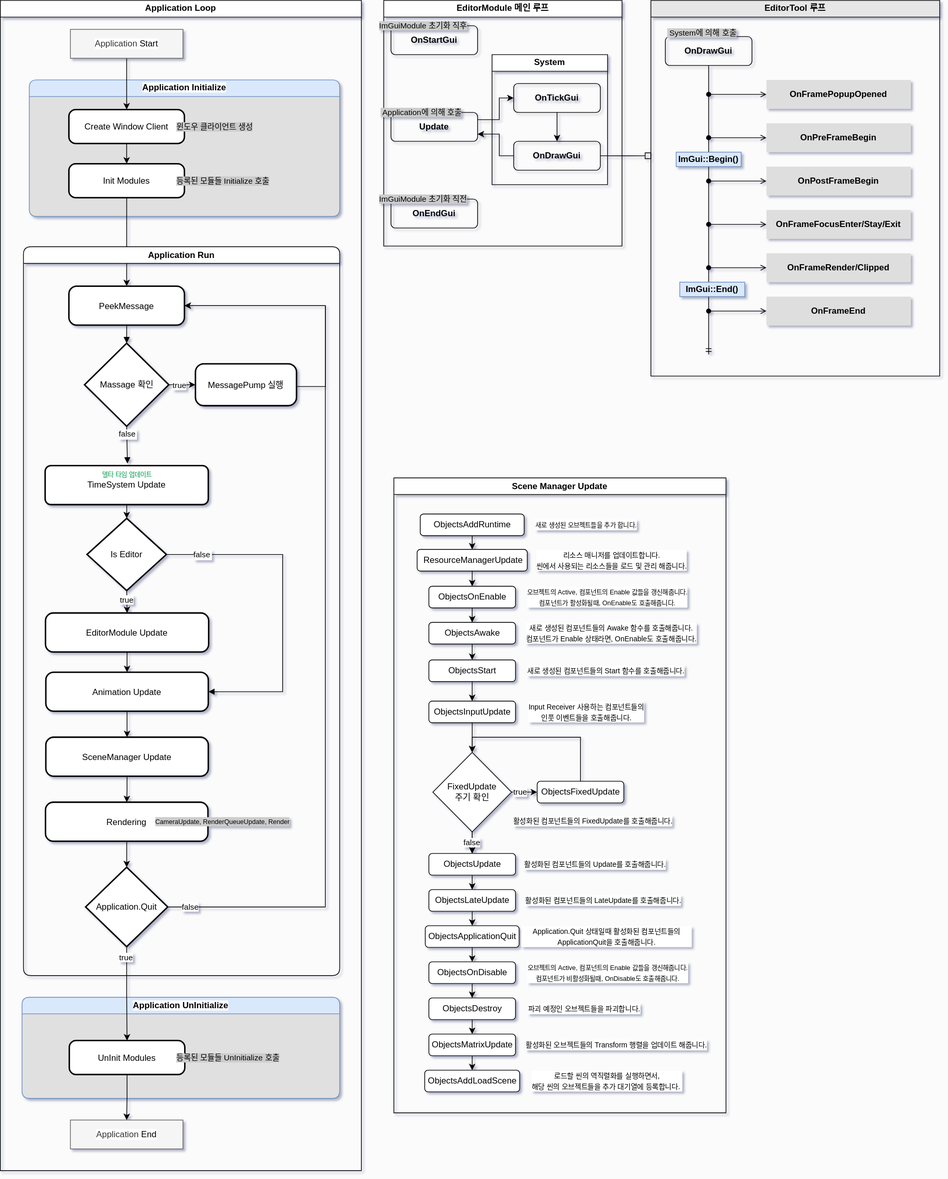
Before: Diagram/GameEngineFlowChart.drawio.svg, a diagram exported from draw.io (Scarecrow37/VanishingGround). Source tidied: cells renumbered, new cells last; positions are measured from the earlier drawing's top-left corner, leaving out a move shared by most shapes.
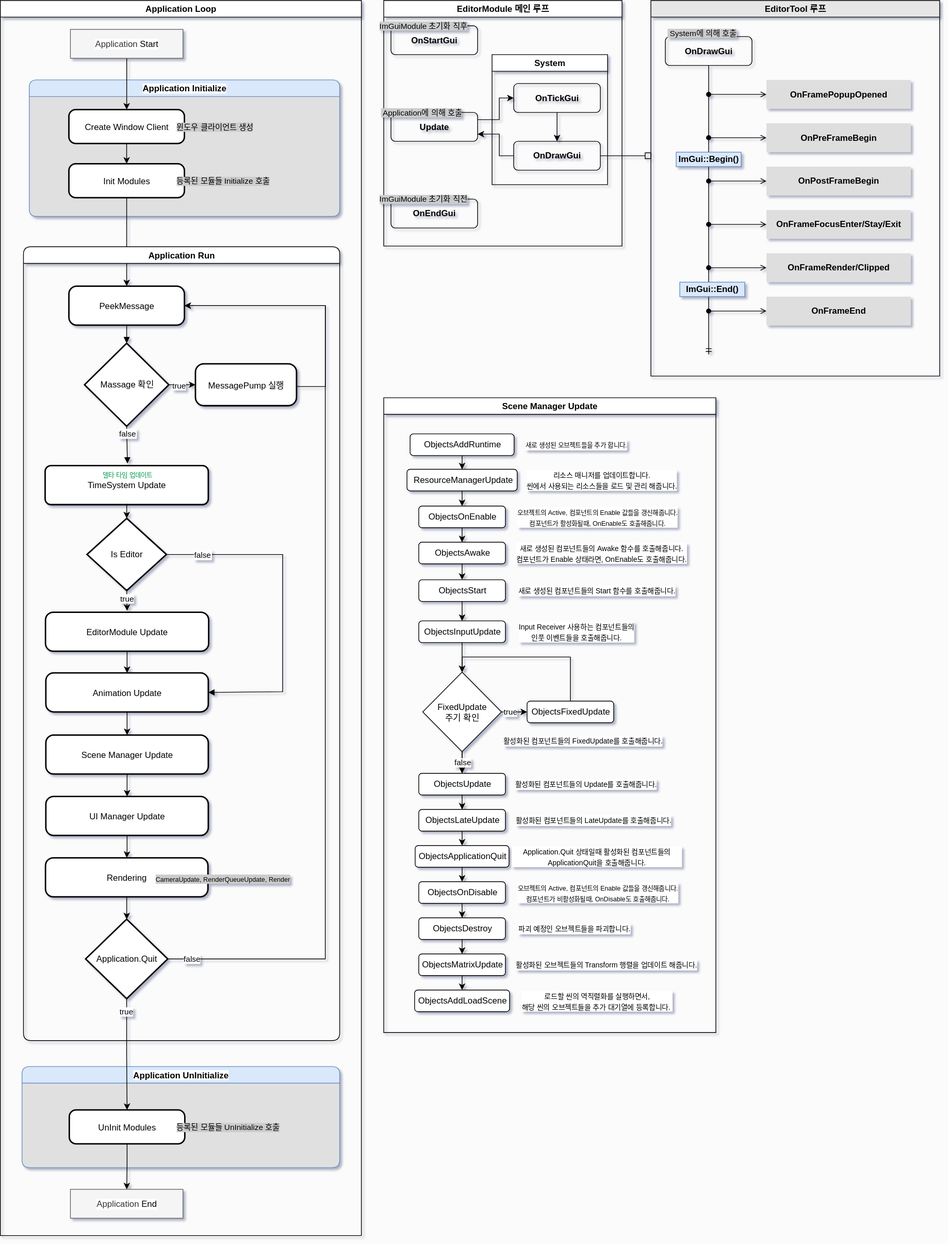
Later version of the same file.

Diff of the diagram source:
```diff
@@ -3,7 +3,7 @@
     <mxCell id="0" />
     <mxCell id="1" parent="0" />
     <mxCell id="2" value="Scene Manager Update" style="swimlane;whiteSpace=wrap;html=1;labelBackgroundColor=default;" parent="1" vertex="1">
-      <mxGeometry x="545" y="661" width="460" height="879" as="geometry" />
+      <mxGeometry x="531" y="550" width="460" height="879" as="geometry" />
     </mxCell>
     <mxCell id="3" style="edgeStyle=orthogonalEdgeStyle;rounded=0;jettySize=auto;html=1;entryX=0.5;entryY=0;entryDx=0;entryDy=0;" parent="2" edge="1" source="4" target="9">
       <mxGeometry relative="1" as="geometry" />
@@ -146,7 +146,7 @@
       <mxGeometry x="150.1" y="820" width="291.2" height="30" as="geometry" />
     </mxCell>
     <mxCell id="48" value="Application Loop" style="swimlane;whiteSpace=wrap;html=1;labelBackgroundColor=default;" parent="1" vertex="1">
-      <mxGeometry width="500" height="1620" as="geometry" />
+      <mxGeometry width="500" height="1710" as="geometry" />
     </mxCell>
     <mxCell id="49" value="&lt;span style=&quot;background-color: rgb(255, 255, 255);&quot;&gt;Application Initialize&lt;/span&gt;" style="swimlane;whiteSpace=wrap;html=1;fillColor=#dae8fc;strokeColor=#6c8ebf;rounded=1;swimlaneFillColor=#E0E0E0;" parent="48" vertex="1">
       <mxGeometry x="40" y="110" width="430" height="189" as="geometry" />
@@ -170,7 +170,7 @@
       <mxGeometry relative="1" as="geometry" />
     </mxCell>
     <mxCell id="56" value="Application Run" style="swimlane;whiteSpace=wrap;html=1;rounded=1;labelBackgroundColor=default;" parent="48" vertex="1">
-      <mxGeometry x="32" y="341" width="438" height="1009" as="geometry" />
+      <mxGeometry x="32" y="341" width="438" height="1099" as="geometry" />
     </mxCell>
     <mxCell id="57" value="PeekMessage" style="rounded=1;arcSize=20;strokeWidth=2;labelBackgroundColor=default;" parent="56" vertex="1">
       <mxGeometry x="62.9" y="54.5" width="160" height="54" as="geometry" />
@@ -207,13 +207,13 @@
       <mxGeometry relative="1" as="geometry" />
     </mxCell>
     <mxCell id="66" value="EditorModule Update" style="rounded=1;arcSize=20;strokeWidth=2;labelBackgroundColor=default;" parent="56" vertex="1">
-      <mxGeometry x="30.5" y="507" width="226" height="54" as="geometry" />
+      <mxGeometry x="30.5" y="506" width="226" height="54" as="geometry" />
     </mxCell>
-    <mxCell id="67" style="edgeStyle=orthogonalEdgeStyle;rounded=0;jettySize=auto;html=1;" parent="56" edge="1" source="68" target="80">
-      <mxGeometry relative="1" as="geometry" />
-    </mxCell>
+    <mxCell id="122" style="edgeStyle=orthogonalEdgeStyle;rounded=0;jettySize=auto;html=1;exitX=0.5;exitY=1;exitDx=0;exitDy=0;entryX=0.5;entryY=0;entryDx=0;entryDy=0;" parent="56" edge="1" source="68" target="124">
+      <mxGeometry relative="1" as="geometry" />
+    </mxCell>
-    <mxCell id="68" value="SceneManager Update" style="rounded=1;arcSize=20;strokeWidth=2;labelBackgroundColor=default;" parent="56" vertex="1">
-      <mxGeometry x="31" y="679" width="225" height="54" as="geometry" />
+    <mxCell id="68" value="Scene Manager Update" style="rounded=1;arcSize=20;strokeWidth=2;labelBackgroundColor=default;" parent="56" vertex="1">
+      <mxGeometry x="31" y="676" width="225" height="54" as="geometry" />
     </mxCell>
     <mxCell id="69" value="false" style="curved=0;startArrow=none;endArrow=block;exitX=1;exitY=0.5;entryX=1;entryY=0.5;rounded=0;exitDx=0;exitDy=0;entryDx=0;entryDy=0;labelBackgroundColor=default;" parent="56" edge="1" source="64" target="78">
       <mxGeometry x="-0.78" relative="1" as="geometry">
@@ -223,8 +223,11 @@
         </Array>
       </mxGeometry>
     </mxCell>
-    <mxCell id="70" value="true" style="edgeStyle=orthogonalEdgeStyle;rounded=0;jettySize=auto;html=1;labelBackgroundColor=default;exitX=0.5;exitY=1;exitDx=0;exitDy=0;entryX=0.5;entryY=0;entryDx=0;entryDy=0;" parent="56" edge="1" source="64" target="66">
-      <mxGeometry x="-0.17" relative="1" as="geometry" />
+    <mxCell id="70" value="true" style="edgeStyle=orthogonalEdgeStyle;rounded=0;orthogonalLoop=1;jettySize=auto;html=1;labelBackgroundColor=default;exitX=0.5;exitY=1;exitDx=0;exitDy=0;entryX=0.5;entryY=0;entryDx=0;entryDy=0;" parent="56" edge="1">
+      <mxGeometry x="-0.17" relative="1" as="geometry">
+        <mxPoint x="143" y="474" as="sourcePoint" />
+        <mxPoint x="143.5" y="504" as="targetPoint" />
+      </mxGeometry>
     </mxCell>
     <mxCell id="71" style="group;" parent="56" vertex="1">
       <mxGeometry x="30" y="300" width="226" height="57" as="geometry" />
@@ -239,12 +242,12 @@
       <mxGeometry relative="1" as="geometry" />
     </mxCell>
     <mxCell id="75" value="&lt;span style=&quot;text-wrap-mode: nowrap;&quot;&gt;Application&lt;/span&gt;.Quit" style="rhombus;whiteSpace=wrap;html=1;labelBackgroundColor=default;strokeWidth=2;" parent="56" vertex="1">
-      <mxGeometry x="86.1" y="859" width="113.8" height="110" as="geometry" />
+      <mxGeometry x="86.1" y="931" width="113.8" height="110" as="geometry" />
     </mxCell>
     <mxCell id="76" value="false" style="edgeStyle=orthogonalEdgeStyle;rounded=0;jettySize=auto;html=1;entryX=1;entryY=0.5;entryDx=0;entryDy=0;exitX=1;exitY=0.5;exitDx=0;exitDy=0;labelBackgroundColor=default;" parent="56" edge="1" source="75" target="57">
       <mxGeometry x="-0.95" relative="1" as="geometry">
         <Array as="points">
-          <mxPoint x="418" y="914" />
+          <mxPoint x="418" y="986" />
           <mxPoint x="418" y="82" />
         </Array>
       </mxGeometry>
@@ -253,19 +256,25 @@
       <mxGeometry relative="1" as="geometry" />
     </mxCell>
     <mxCell id="78" value="Animation Update" style="rounded=1;arcSize=20;strokeWidth=2;labelBackgroundColor=default;" parent="56" vertex="1">
-      <mxGeometry x="31" y="589" width="225" height="54" as="geometry" />
+      <mxGeometry x="31" y="590" width="225" height="54" as="geometry" />
     </mxCell>
     <mxCell id="79" style="edgeStyle=orthogonalEdgeStyle;rounded=0;jettySize=auto;html=1;" parent="56" edge="1" source="80" target="75">
       <mxGeometry relative="1" as="geometry" />
     </mxCell>
     <mxCell id="80" value="Rendering" style="rounded=1;arcSize=20;strokeWidth=2;labelBackgroundColor=default;" parent="56" vertex="1">
-      <mxGeometry x="30.5" y="769" width="225" height="54" as="geometry" />
+      <mxGeometry x="30.5" y="846" width="225" height="54" as="geometry" />
     </mxCell>
     <mxCell id="81" value="&lt;font style=&quot;font-size: 9px;&quot;&gt;CameraUpdate, RenderQueueUpdate, Render&lt;/font&gt;" style="text;strokeColor=none;fillColor=none;align=left;verticalAlign=middle;spacingLeft=4;spacingRight=2;overflow=hidden;whiteSpace=wrap;html=1;spacing=0;spacingTop=0;labelBackgroundColor=#CCCCCC;labelBorderColor=none;fontSize=11;" parent="56" vertex="1">
-      <mxGeometry x="179" y="781" width="201" height="30" as="geometry" />
+      <mxGeometry x="179" y="860" width="201" height="30" as="geometry" />
     </mxCell>
+    <mxCell id="123" style="edgeStyle=orthogonalEdgeStyle;rounded=0;jettySize=auto;html=1;exitX=0.5;exitY=1;exitDx=0;exitDy=0;" parent="56" edge="1" source="124" target="80">
+      <mxGeometry relative="1" as="geometry" />
+    </mxCell>
+    <mxCell id="124" value="UI Manager Update" style="rounded=1;arcSize=20;strokeWidth=2;labelBackgroundColor=default;" parent="56" vertex="1">
+      <mxGeometry x="31" y="761" width="225" height="54" as="geometry" />
+    </mxCell>
     <mxCell id="82" value="&lt;span style=&quot;background-color: rgb(255, 255, 255);&quot;&gt;Application UnInitialize&lt;/span&gt;" style="swimlane;whiteSpace=wrap;html=1;fillColor=#dae8fc;strokeColor=#6c8ebf;rounded=1;swimlaneFillColor=#E0E0E0;" parent="48" vertex="1">
-      <mxGeometry x="30" y="1380" width="440" height="140" as="geometry" />
+      <mxGeometry x="30" y="1476" width="440" height="140" as="geometry" />
     </mxCell>
     <mxCell id="83" value="UnInit Modules" style="rounded=1;arcSize=20;strokeWidth=2;labelBackgroundColor=default;" parent="82" vertex="1">
       <mxGeometry x="65.5" y="60" width="160" height="47" as="geometry" />
@@ -277,7 +286,7 @@
       <mxGeometry x="-0.76" y="-1" relative="1" as="geometry" />
     </mxCell>
     <mxCell id="86" value="&lt;span style=&quot;text-wrap-mode: nowrap;&quot;&gt;Application&amp;nbsp;&lt;/span&gt;&lt;span style=&quot;color: light-dark(rgb(0, 0, 0), rgb(255, 255, 255));&quot;&gt;End&lt;/span&gt;" style="rounded=0;whiteSpace=wrap;html=1;labelBackgroundColor=default;fillColor=#f5f5f5;fontColor=#333333;strokeColor=#666666;" parent="48" vertex="1">
-      <mxGeometry x="97" y="1550" width="155.9" height="40" as="geometry" />
+      <mxGeometry x="97" y="1646" width="155.9" height="40" as="geometry" />
     </mxCell>
     <mxCell id="87" style="edgeStyle=orthogonalEdgeStyle;rounded=0;jettySize=auto;html=1;" parent="48" edge="1" source="83" target="86">
       <mxGeometry relative="1" as="geometry" />
```
